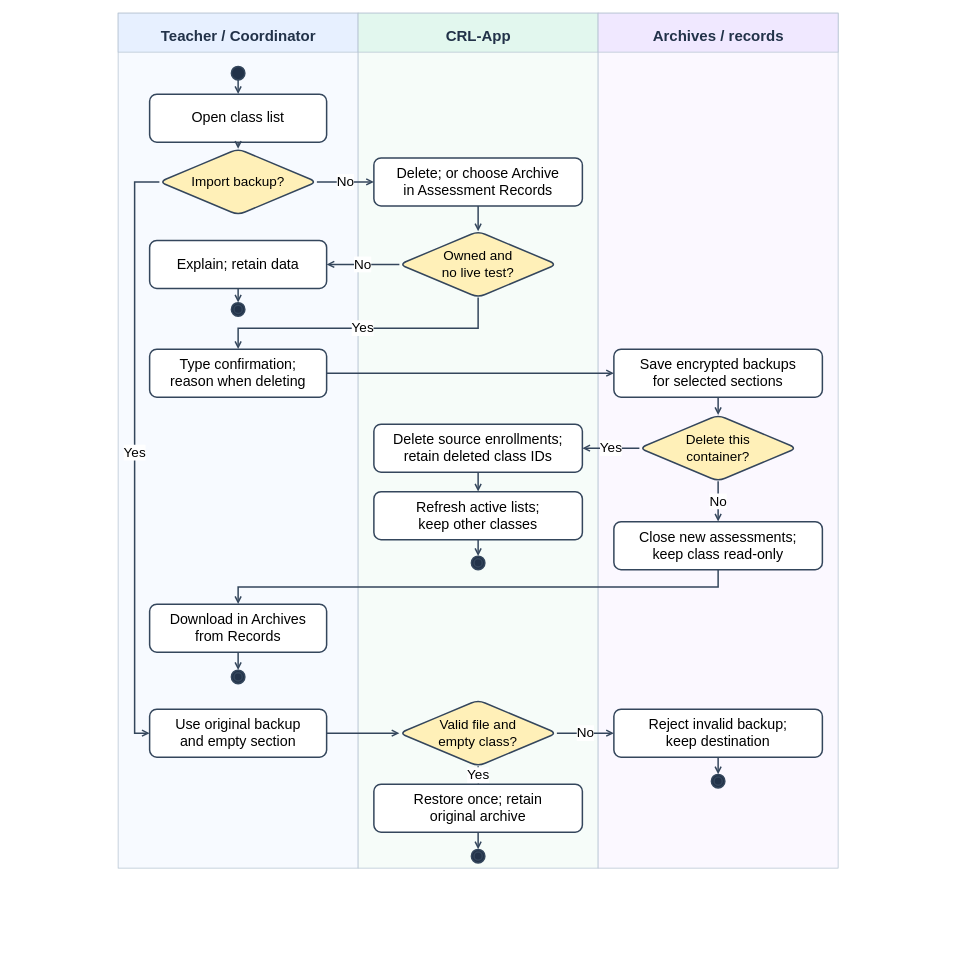
Above: docs/diagrams/class-workspaces/figure-23-section-archive.drawio in AkuSayangKamuJudaSayang/crl-app (draw.io), before the change. Source tidied: cells renumbered, new cells numbered last; positions are measured from the earlier drawing's top-left corner, leaving out a move shared by most shapes. Both pictures are drawn from the tidied source at 75%, with x=0, y=0 at pixel (13, 13).
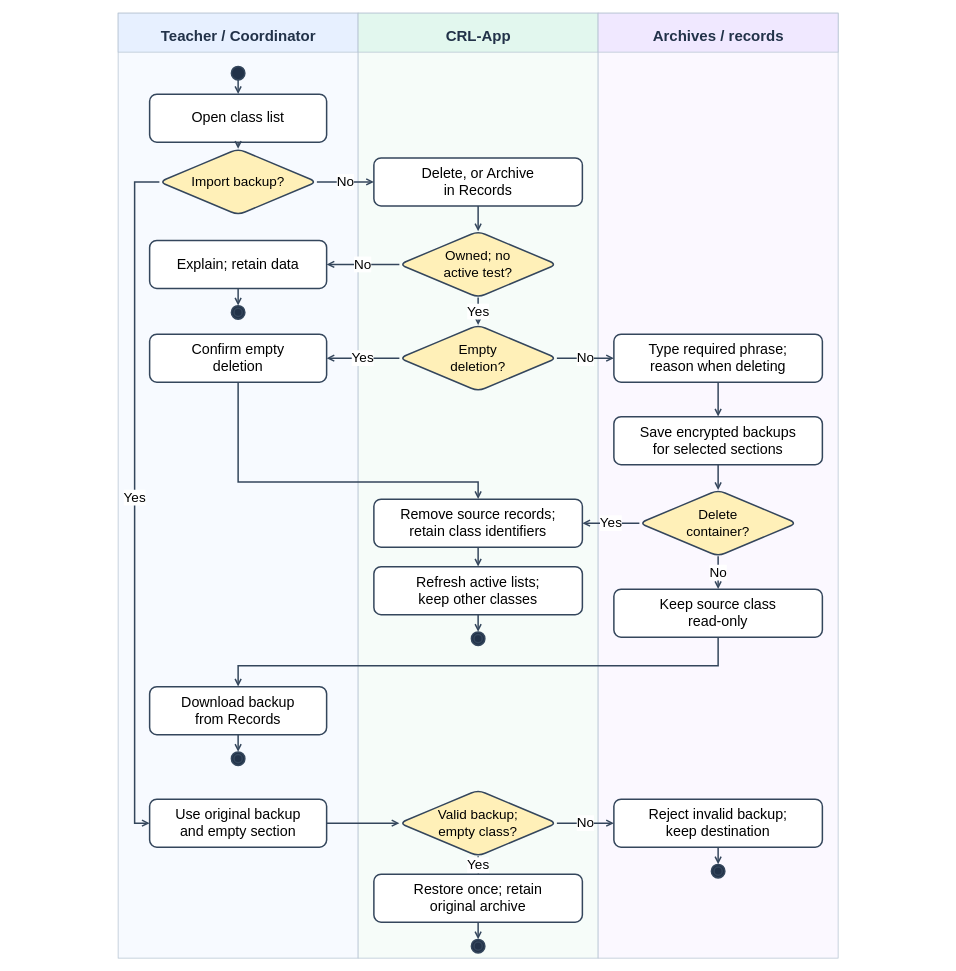
The same page after the edit.

Unchanged cells that the change refers to:
```xml
<mxCell id="13" value="Import backup?" style="rounded=1;whiteSpace=wrap;html=1;fillColor=#ffffff;strokeColor=#34465c;strokeWidth=2;fontSize=19;shape=rhombus;fillColor=#fff0b8;fontSize=18;" parent="1" vertex="1">
  <mxGeometry x="195" y="181" width="210" height="88" as="geometry" />
</mxCell>
```

What changed in the source:
```diff
@@
     <mxCell id="2" style="rounded=0;fillColor=#f7faff;strokeColor=#b6c4d2;" parent="1" vertex="1">
-      <mxGeometry x="140" width="320" height="1140" as="geometry" />
+      <mxGeometry x="140" width="320" height="1260" as="geometry" />
     </mxCell>
@@
     <mxCell id="5" style="rounded=0;fillColor=#f6fcf9;strokeColor=#b6c4d2;" parent="1" vertex="1">
-      <mxGeometry x="460" width="320" height="1140" as="geometry" />
+      <mxGeometry x="460" width="320" height="1260" as="geometry" />
     </mxCell>
@@
     <mxCell id="8" style="rounded=0;fillColor=#fbf8ff;strokeColor=#b6c4d2;" parent="1" vertex="1">
-      <mxGeometry x="780" width="320" height="1140" as="geometry" />
+      <mxGeometry x="780" width="320" height="1260" as="geometry" />
     </mxCell>
@@
-    <mxCell id="14" value="Delete; or choose Archive&lt;br&gt;in Assessment Records" style="rounded=1;whiteSpace=wrap;html=1;fillColor=#ffffff;strokeColor=#34465c;strokeWidth=2;fontSize=19;" parent="1" vertex="1">
+    <mxCell id="14" value="Delete, or Archive&lt;br&gt;in Records" style="rounded=1;whiteSpace=wrap;html=1;fillColor=#ffffff;strokeColor=#34465c;strokeWidth=2;fontSize=19;" parent="1" vertex="1">
       <mxGeometry x="481" y="193" width="278" height="64" as="geometry" />
     </mxCell>
-    <mxCell id="15" value="Owned and&lt;br&gt;no live test?" style="rounded=1;whiteSpace=wrap;html=1;fillColor=#ffffff;strokeColor=#34465c;strokeWidth=2;fontSize=19;shape=rhombus;fillColor=#fff0b8;fontSize=18;" parent="1" vertex="1">
+    <mxCell id="15" value="Owned; no&lt;br&gt;active test?" style="rounded=1;whiteSpace=wrap;html=1;fillColor=#ffffff;strokeColor=#34465c;strokeWidth=2;fontSize=19;shape=rhombus;fillColor=#fff0b8;fontSize=18;" parent="1" vertex="1">
       <mxGeometry x="515" y="291" width="210" height="88" as="geometry" />
     </mxCell>
@@
     <mxCell id="17" style="rounded=1;whiteSpace=wrap;html=1;fillColor=#ffffff;strokeColor=#34465c;strokeWidth=2;fontSize=19;shape=doubleEllipse;fillColor=#223249;" parent="1" vertex="1">
-      <mxGeometry x="291" y="386" width="18" height="18" as="geometry" />
+      <mxGeometry x="291" y="390" width="18" height="18" as="geometry" />
     </mxCell>
+    <mxCell id="54" value="Empty&lt;br&gt;deletion?" style="rounded=1;whiteSpace=wrap;html=1;fillColor=#ffffff;strokeColor=#34465c;strokeWidth=2;fontSize=19;shape=rhombus;fillColor=#fff0b8;fontSize=18;" parent="1" vertex="1">
+      <mxGeometry x="515" y="416" width="210" height="88" as="geometry" />
+    </mxCell>
+    <mxCell id="55" value="Confirm empty&lt;br&gt;deletion" style="rounded=1;whiteSpace=wrap;html=1;fillColor=#ffffff;strokeColor=#34465c;strokeWidth=2;fontSize=19;" parent="1" vertex="1">
+      <mxGeometry x="182" y="428" width="236" height="64" as="geometry" />
+    </mxCell>
-    <mxCell id="18" value="Type confirmation;&lt;br&gt;reason when deleting" style="rounded=1;whiteSpace=wrap;html=1;fillColor=#ffffff;strokeColor=#34465c;strokeWidth=2;fontSize=19;" parent="1" vertex="1">
-      <mxGeometry x="182" y="448" width="236" height="64" as="geometry" />
+    <mxCell id="18" value="Type required phrase;&lt;br&gt;reason when deleting" style="rounded=1;whiteSpace=wrap;html=1;fillColor=#ffffff;strokeColor=#34465c;strokeWidth=2;fontSize=19;" parent="1" vertex="1">
+      <mxGeometry x="801" y="428" width="278" height="64" as="geometry" />
     </mxCell>
     <mxCell id="19" value="Save encrypted backups&lt;br&gt;for selected sections" style="rounded=1;whiteSpace=wrap;html=1;fillColor=#ffffff;strokeColor=#34465c;strokeWidth=2;fontSize=19;" parent="1" vertex="1">
-      <mxGeometry x="801" y="448" width="278" height="64" as="geometry" />
+      <mxGeometry x="801" y="538" width="278" height="64" as="geometry" />
     </mxCell>
-    <mxCell id="20" value="Delete this&lt;br&gt;container?" style="rounded=1;whiteSpace=wrap;html=1;fillColor=#ffffff;strokeColor=#34465c;strokeWidth=2;fontSize=19;shape=rhombus;fillColor=#fff0b8;fontSize=18;" parent="1" vertex="1">
-      <mxGeometry x="835" y="536" width="210" height="88" as="geometry" />
+    <mxCell id="20" value="Delete&lt;br&gt;container?" style="rounded=1;whiteSpace=wrap;html=1;fillColor=#ffffff;strokeColor=#34465c;strokeWidth=2;fontSize=19;shape=rhombus;fillColor=#fff0b8;fontSize=18;" parent="1" vertex="1">
+      <mxGeometry x="835" y="636" width="210" height="88" as="geometry" />
     </mxCell>
-    <mxCell id="21" value="Delete source enrollments;&lt;br&gt;retain deleted class IDs" style="rounded=1;whiteSpace=wrap;html=1;fillColor=#ffffff;strokeColor=#34465c;strokeWidth=2;fontSize=19;" parent="1" vertex="1">
-      <mxGeometry x="481" y="548" width="278" height="64" as="geometry" />
+    <mxCell id="21" value="Remove source records;&lt;br&gt;retain class identifiers" style="rounded=1;whiteSpace=wrap;html=1;fillColor=#ffffff;strokeColor=#34465c;strokeWidth=2;fontSize=19;" parent="1" vertex="1">
+      <mxGeometry x="481" y="648" width="278" height="64" as="geometry" />
     </mxCell>
     <mxCell id="22" value="Refresh active lists;&lt;br&gt;keep other classes" style="rounded=1;whiteSpace=wrap;html=1;fillColor=#ffffff;strokeColor=#34465c;strokeWidth=2;fontSize=19;" parent="1" vertex="1">
-      <mxGeometry x="481" y="638" width="278" height="64" as="geometry" />
+      <mxGeometry x="481" y="738" width="278" height="64" as="geometry" />
     </mxCell>
     <mxCell id="23" style="rounded=1;whiteSpace=wrap;html=1;fillColor=#ffffff;strokeColor=#34465c;strokeWidth=2;fontSize=19;shape=doubleEllipse;fillColor=#223249;" parent="1" vertex="1">
-      <mxGeometry x="611" y="724" width="18" height="18" as="geometry" />
+      <mxGeometry x="611" y="825" width="18" height="18" as="geometry" />
     </mxCell>
-    <mxCell id="24" value="Close new assessments;&lt;br&gt;keep class read-only" style="rounded=1;whiteSpace=wrap;html=1;fillColor=#ffffff;strokeColor=#34465c;strokeWidth=2;fontSize=19;" parent="1" vertex="1">
-      <mxGeometry x="801" y="678" width="278" height="64" as="geometry" />
+    <mxCell id="24" value="Keep source class&lt;br&gt;read-only" style="rounded=1;whiteSpace=wrap;html=1;fillColor=#ffffff;strokeColor=#34465c;strokeWidth=2;fontSize=19;" parent="1" vertex="1">
+      <mxGeometry x="801" y="768" width="278" height="64" as="geometry" />
     </mxCell>
-    <mxCell id="25" value="Download in Archives&lt;br&gt;from Records" style="rounded=1;whiteSpace=wrap;html=1;fillColor=#ffffff;strokeColor=#34465c;strokeWidth=2;fontSize=19;" parent="1" vertex="1">
-      <mxGeometry x="182" y="788" width="236" height="64" as="geometry" />
+    <mxCell id="25" value="Download backup&lt;br&gt;from Records" style="rounded=1;whiteSpace=wrap;html=1;fillColor=#ffffff;strokeColor=#34465c;strokeWidth=2;fontSize=19;" parent="1" vertex="1">
+      <mxGeometry x="182" y="898" width="236" height="64" as="geometry" />
     </mxCell>
     <mxCell id="26" style="rounded=1;whiteSpace=wrap;html=1;fillColor=#ffffff;strokeColor=#34465c;strokeWidth=2;fontSize=19;shape=doubleEllipse;fillColor=#223249;" parent="1" vertex="1">
-      <mxGeometry x="291" y="876" width="18" height="18" as="geometry" />
+      <mxGeometry x="291" y="985" width="18" height="18" as="geometry" />
     </mxCell>
     <mxCell id="27" value="Use original backup&lt;br&gt;and empty section" style="rounded=1;whiteSpace=wrap;html=1;fillColor=#ffffff;strokeColor=#34465c;strokeWidth=2;fontSize=19;" parent="1" vertex="1">
-      <mxGeometry x="182" y="928" width="236" height="64" as="geometry" />
+      <mxGeometry x="182" y="1048" width="236" height="64" as="geometry" />
     </mxCell>
-    <mxCell id="28" value="Valid file and&lt;br&gt;empty class?" style="rounded=1;whiteSpace=wrap;html=1;fillColor=#ffffff;strokeColor=#34465c;strokeWidth=2;fontSize=19;shape=rhombus;fillColor=#fff0b8;fontSize=18;" parent="1" vertex="1">
-      <mxGeometry x="515" y="916" width="210" height="88" as="geometry" />
+    <mxCell id="28" value="Valid backup;&lt;br&gt;empty class?" style="rounded=1;whiteSpace=wrap;html=1;fillColor=#ffffff;strokeColor=#34465c;strokeWidth=2;fontSize=19;shape=rhombus;fillColor=#fff0b8;fontSize=18;" parent="1" vertex="1">
+      <mxGeometry x="515" y="1036" width="210" height="88" as="geometry" />
     </mxCell>
     <mxCell id="29" value="Reject invalid backup;&lt;br&gt;keep destination" style="rounded=1;whiteSpace=wrap;html=1;fillColor=#ffffff;strokeColor=#34465c;strokeWidth=2;fontSize=19;" parent="1" vertex="1">
-      <mxGeometry x="801" y="928" width="278" height="64" as="geometry" />
+      <mxGeometry x="801" y="1048" width="278" height="64" as="geometry" />
     </mxCell>
     <mxCell id="30" style="rounded=1;whiteSpace=wrap;html=1;fillColor=#ffffff;strokeColor=#34465c;strokeWidth=2;fontSize=19;shape=doubleEllipse;fillColor=#223249;" parent="1" vertex="1">
-      <mxGeometry x="931" y="1015" width="18" height="18" as="geometry" />
+      <mxGeometry x="931" y="1135" width="18" height="18" as="geometry" />
     </mxCell>
     <mxCell id="31" value="Restore once; retain&lt;br&gt;original archive" style="rounded=1;whiteSpace=wrap;html=1;fillColor=#ffffff;strokeColor=#34465c;strokeWidth=2;fontSize=19;" parent="1" vertex="1">
-      <mxGeometry x="481" y="1028" width="278" height="64" as="geometry" />
+      <mxGeometry x="481" y="1148" width="278" height="64" as="geometry" />
     </mxCell>
     <mxCell id="32" style="rounded=1;whiteSpace=wrap;html=1;fillColor=#ffffff;strokeColor=#34465c;strokeWidth=2;fontSize=19;shape=doubleEllipse;fillColor=#223249;" parent="1" vertex="1">
-      <mxGeometry x="611" y="1115" width="18" height="18" as="geometry" />
+      <mxGeometry x="611" y="1235" width="18" height="18" as="geometry" />
     </mxCell>
@@
-    <mxCell id="39" value="Yes" style="edgeStyle=orthogonalEdgeStyle;rounded=0;html=1;endArrow=open;strokeColor=#34465c;strokeWidth=2;exitX=0.5;exitY=1;entryX=0.5;entryY=0;fontSize=18;labelBackgroundColor=#ffffff;" parent="1" edge="1" source="15" target="18">
-      <mxGeometry relative="1" as="geometry">
-        <Array as="points">
-          <mxPoint x="620" y="420" />
-          <mxPoint x="300" y="420" />
-        </Array>
-      </mxGeometry>
+    <mxCell id="39" value="Yes" style="edgeStyle=orthogonalEdgeStyle;rounded=0;html=1;endArrow=open;strokeColor=#34465c;strokeWidth=2;exitX=0.5;exitY=1;entryX=0.5;entryY=0;fontSize=18;labelBackgroundColor=#ffffff;" parent="1" edge="1" source="15" target="54">
+      <mxGeometry relative="1" as="geometry" />
     </mxCell>
-    <mxCell id="40" style="edgeStyle=orthogonalEdgeStyle;rounded=0;html=1;endArrow=open;strokeColor=#34465c;strokeWidth=2;exitX=1;exitY=0.5;entryX=0;entryY=0.5;fontSize=18;labelBackgroundColor=#ffffff;" parent="1" edge="1" source="18" target="19">
+    <mxCell id="40" value="Yes" style="edgeStyle=orthogonalEdgeStyle;rounded=0;html=1;endArrow=open;strokeColor=#34465c;strokeWidth=2;exitX=0;exitY=0.5;entryX=1;entryY=0.5;fontSize=18;labelBackgroundColor=#ffffff;" parent="1" edge="1" source="54" target="55">
       <mxGeometry relative="1" as="geometry" />
     </mxCell>
-    <mxCell id="41" style="edgeStyle=orthogonalEdgeStyle;rounded=0;html=1;endArrow=open;strokeColor=#34465c;strokeWidth=2;exitX=0.5;exitY=1;entryX=0.5;entryY=0;fontSize=18;labelBackgroundColor=#ffffff;" parent="1" edge="1" source="19" target="20">
-      <mxGeometry relative="1" as="geometry" />
+    <mxCell id="41" style="edgeStyle=orthogonalEdgeStyle;rounded=0;html=1;endArrow=open;strokeColor=#34465c;strokeWidth=2;exitX=0.5;exitY=1;entryX=0.5;entryY=0;fontSize=18;labelBackgroundColor=#ffffff;" parent="1" edge="1" source="55" target="21">
+      <mxGeometry relative="1" as="geometry">
+        <Array as="points">
+          <mxPoint x="300" y="625" />
+          <mxPoint x="620" y="625" />
+        </Array>
+      </mxGeometry>
     </mxCell>
-    <mxCell id="42" value="Yes" style="edgeStyle=orthogonalEdgeStyle;rounded=0;html=1;endArrow=open;strokeColor=#34465c;strokeWidth=2;exitX=0;exitY=0.5;entryX=1;entryY=0.5;fontSize=18;labelBackgroundColor=#ffffff;" parent="1" edge="1" source="20" target="21">
+    <mxCell id="42" value="No" style="edgeStyle=orthogonalEdgeStyle;rounded=0;html=1;endArrow=open;strokeColor=#34465c;strokeWidth=2;exitX=1;exitY=0.5;entryX=0;entryY=0.5;fontSize=18;labelBackgroundColor=#ffffff;" parent="1" edge="1" source="54" target="18">
       <mxGeometry relative="1" as="geometry" />
     </mxCell>
-    <mxCell id="43" style="edgeStyle=orthogonalEdgeStyle;rounded=0;html=1;endArrow=open;strokeColor=#34465c;strokeWidth=2;exitX=0.5;exitY=1;entryX=0.5;entryY=0;fontSize=18;labelBackgroundColor=#ffffff;" parent="1" edge="1" source="21" target="22">
+    <mxCell id="43" style="edgeStyle=orthogonalEdgeStyle;rounded=0;html=1;endArrow=open;strokeColor=#34465c;strokeWidth=2;exitX=0.5;exitY=1;entryX=0.5;entryY=0;fontSize=18;labelBackgroundColor=#ffffff;" parent="1" edge="1" source="18" target="19">
       <mxGeometry relative="1" as="geometry" />
     </mxCell>
-    <mxCell id="44" style="edgeStyle=orthogonalEdgeStyle;rounded=0;html=1;endArrow=open;strokeColor=#34465c;strokeWidth=2;exitX=0.5;exitY=1;entryX=0.5;entryY=0;fontSize=18;labelBackgroundColor=#ffffff;" parent="1" edge="1" source="22" target="23">
+    <mxCell id="44" style="edgeStyle=orthogonalEdgeStyle;rounded=0;html=1;endArrow=open;strokeColor=#34465c;strokeWidth=2;exitX=0.5;exitY=1;entryX=0.5;entryY=0;fontSize=18;labelBackgroundColor=#ffffff;" parent="1" edge="1" source="19" target="20">
       <mxGeometry relative="1" as="geometry" />
     </mxCell>
-    <mxCell id="45" value="No" style="edgeStyle=orthogonalEdgeStyle;rounded=0;html=1;endArrow=open;strokeColor=#34465c;strokeWidth=2;exitX=0.5;exitY=1;entryX=0.5;entryY=0;fontSize=18;labelBackgroundColor=#ffffff;" parent="1" edge="1" source="20" target="24">
+    <mxCell id="45" value="Yes" style="edgeStyle=orthogonalEdgeStyle;rounded=0;html=1;endArrow=open;strokeColor=#34465c;strokeWidth=2;exitX=0;exitY=0.5;entryX=1;entryY=0.5;fontSize=18;labelBackgroundColor=#ffffff;" parent="1" edge="1" source="20" target="21">
       <mxGeometry relative="1" as="geometry" />
     </mxCell>
-    <mxCell id="46" style="edgeStyle=orthogonalEdgeStyle;rounded=0;html=1;endArrow=open;strokeColor=#34465c;strokeWidth=2;exitX=0.5;exitY=1;entryX=0.5;entryY=0;fontSize=18;labelBackgroundColor=#ffffff;" parent="1" edge="1" source="24" target="25">
-      <mxGeometry relative="1" as="geometry">
-        <Array as="points">
-          <mxPoint x="940" y="765" />
-          <mxPoint x="300" y="765" />
-        </Array>
-      </mxGeometry>
+    <mxCell id="46" style="edgeStyle=orthogonalEdgeStyle;rounded=0;html=1;endArrow=open;strokeColor=#34465c;strokeWidth=2;exitX=0.5;exitY=1;entryX=0.5;entryY=0;fontSize=18;labelBackgroundColor=#ffffff;" parent="1" edge="1" source="21" target="22">
+      <mxGeometry relative="1" as="geometry" />
     </mxCell>
-    <mxCell id="47" style="edgeStyle=orthogonalEdgeStyle;rounded=0;html=1;endArrow=open;strokeColor=#34465c;strokeWidth=2;exitX=0.5;exitY=1;entryX=0.5;entryY=0;fontSize=18;labelBackgroundColor=#ffffff;" parent="1" edge="1" source="25" target="26">
+    <mxCell id="47" style="edgeStyle=orthogonalEdgeStyle;rounded=0;html=1;endArrow=open;strokeColor=#34465c;strokeWidth=2;exitX=0.5;exitY=1;entryX=0.5;entryY=0;fontSize=18;labelBackgroundColor=#ffffff;" parent="1" edge="1" source="22" target="23">
       <mxGeometry relative="1" as="geometry" />
     </mxCell>
-    <mxCell id="48" value="Yes" style="edgeStyle=orthogonalEdgeStyle;rounded=0;html=1;endArrow=open;strokeColor=#34465c;strokeWidth=2;exitX=0;exitY=0.5;entryX=0;entryY=0.5;fontSize=18;labelBackgroundColor=#ffffff;" parent="1" edge="1" source="13" target="27">
-      <mxGeometry relative="1" as="geometry">
-        <Array as="points">
-          <mxPoint x="162" y="225" />
-          <mxPoint x="162" y="960" />
-        </Array>
-      </mxGeometry>
+    <mxCell id="48" value="No" style="edgeStyle=orthogonalEdgeStyle;rounded=0;html=1;endArrow=open;strokeColor=#34465c;strokeWidth=2;exitX=0.5;exitY=1;entryX=0.5;entryY=0;fontSize=18;labelBackgroundColor=#ffffff;" parent="1" edge="1" source="20" target="24">
+      <mxGeometry relative="1" as="geometry" />
     </mxCell>
-    <mxCell id="49" style="edgeStyle=orthogonalEdgeStyle;rounded=0;html=1;endArrow=open;strokeColor=#34465c;strokeWidth=2;exitX=1;exitY=0.5;entryX=0;entryY=0.5;fontSize=18;labelBackgroundColor=#ffffff;" parent="1" edge="1" source="27" target="28">
-      <mxGeometry relative="1" as="geometry" />
+    <mxCell id="49" style="edgeStyle=orthogonalEdgeStyle;rounded=0;html=1;endArrow=open;strokeColor=#34465c;strokeWidth=2;exitX=0.5;exitY=1;entryX=0.5;entryY=0;fontSize=18;labelBackgroundColor=#ffffff;" parent="1" edge="1" source="24" target="25">
+      <mxGeometry relative="1" as="geometry">
+        <Array as="points">
+          <mxPoint x="940" y="870" />
+          <mxPoint x="300" y="870" />
+        </Array>
+      </mxGeometry>
     </mxCell>
-    <mxCell id="50" value="No" style="edgeStyle=orthogonalEdgeStyle;rounded=0;html=1;endArrow=open;strokeColor=#34465c;strokeWidth=2;exitX=1;exitY=0.5;entryX=0;entryY=0.5;fontSize=18;labelBackgroundColor=#ffffff;" parent="1" edge="1" source="28" target="29">
+    <mxCell id="50" style="edgeStyle=orthogonalEdgeStyle;rounded=0;html=1;endArrow=open;strokeColor=#34465c;strokeWidth=2;exitX=0.5;exitY=1;entryX=0.5;entryY=0;fontSize=18;labelBackgroundColor=#ffffff;" parent="1" edge="1" source="25" target="26">
       <mxGeometry relative="1" as="geometry" />
     </mxCell>
-    <mxCell id="51" style="edgeStyle=orthogonalEdgeStyle;rounded=0;html=1;endArrow=open;strokeColor=#34465c;strokeWidth=2;exitX=0.5;exitY=1;entryX=0.5;entryY=0;fontSize=18;labelBackgroundColor=#ffffff;" parent="1" edge="1" source="29" target="30">
-      <mxGeometry relative="1" as="geometry" />
+    <mxCell id="51" value="Yes" style="edgeStyle=orthogonalEdgeStyle;rounded=0;html=1;endArrow=open;strokeColor=#34465c;strokeWidth=2;exitX=0;exitY=0.5;entryX=0;entryY=0.5;fontSize=18;labelBackgroundColor=#ffffff;" parent="1" edge="1" source="13" target="27">
+      <mxGeometry relative="1" as="geometry">
+        <Array as="points">
+          <mxPoint x="162" y="225" />
+          <mxPoint x="162" y="1080" />
+        </Array>
+      </mxGeometry>
     </mxCell>
-    <mxCell id="52" value="Yes" style="edgeStyle=orthogonalEdgeStyle;rounded=0;html=1;endArrow=open;strokeColor=#34465c;strokeWidth=2;exitX=0.5;exitY=1;entryX=0.5;entryY=0;fontSize=18;labelBackgroundColor=#ffffff;" parent="1" edge="1" source="28" target="31">
+    <mxCell id="52" style="edgeStyle=orthogonalEdgeStyle;rounded=0;html=1;endArrow=open;strokeColor=#34465c;strokeWidth=2;exitX=1;exitY=0.5;entryX=0;entryY=0.5;fontSize=18;labelBackgroundColor=#ffffff;" parent="1" edge="1" source="27" target="28">
       <mxGeometry relative="1" as="geometry" />
     </mxCell>
-    <mxCell id="53" style="edgeStyle=orthogonalEdgeStyle;rounded=0;html=1;endArrow=open;strokeColor=#34465c;strokeWidth=2;exitX=0.5;exitY=1;entryX=0.5;entryY=0;fontSize=18;labelBackgroundColor=#ffffff;" parent="1" edge="1" source="31" target="32">
+    <mxCell id="53" value="No" style="edgeStyle=orthogonalEdgeStyle;rounded=0;html=1;endArrow=open;strokeColor=#34465c;strokeWidth=2;exitX=1;exitY=0.5;entryX=0;entryY=0.5;fontSize=18;labelBackgroundColor=#ffffff;" parent="1" edge="1" source="28" target="29">
       <mxGeometry relative="1" as="geometry" />
     </mxCell>
+    <mxCell id="56" style="edgeStyle=orthogonalEdgeStyle;rounded=0;html=1;endArrow=open;strokeColor=#34465c;strokeWidth=2;exitX=0.5;exitY=1;entryX=0.5;entryY=0;fontSize=18;labelBackgroundColor=#ffffff;" parent="1" edge="1" source="29" target="30">
+      <mxGeometry relative="1" as="geometry" />
+    </mxCell>
+    <mxCell id="57" value="Yes" style="edgeStyle=orthogonalEdgeStyle;rounded=0;html=1;endArrow=open;strokeColor=#34465c;strokeWidth=2;exitX=0.5;exitY=1;entryX=0.5;entryY=0;fontSize=18;labelBackgroundColor=#ffffff;" parent="1" edge="1" source="28" target="31">
+      <mxGeometry relative="1" as="geometry" />
+    </mxCell>
+    <mxCell id="58" style="edgeStyle=orthogonalEdgeStyle;rounded=0;html=1;endArrow=open;strokeColor=#34465c;strokeWidth=2;exitX=0.5;exitY=1;entryX=0.5;entryY=0;fontSize=18;labelBackgroundColor=#ffffff;" parent="1" edge="1" source="31" target="32">
+      <mxGeometry relative="1" as="geometry" />
+    </mxCell>
```
